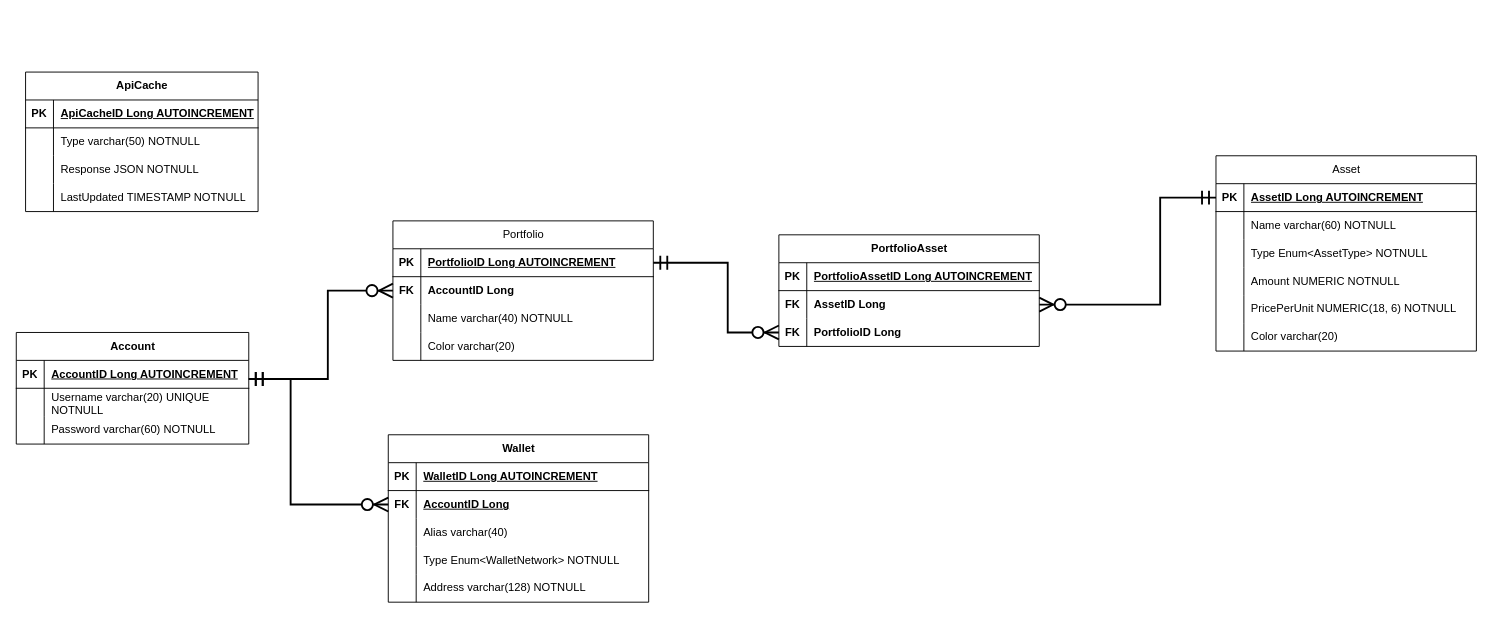
The draw.io diagram page "ERD" (2 of 4) of documentation/diagrams/Panoptium.drawio in Rozhkov109/panoptium, before the edit. Source tidied: cells renumbered, new cells numbered last; positions are measured from the earlier drawing's top-left corner, leaving out a move shared by most shapes. Both pictures are drawn from the tidied source at 93%, with x=0, y=0 at pixel (16, 72).
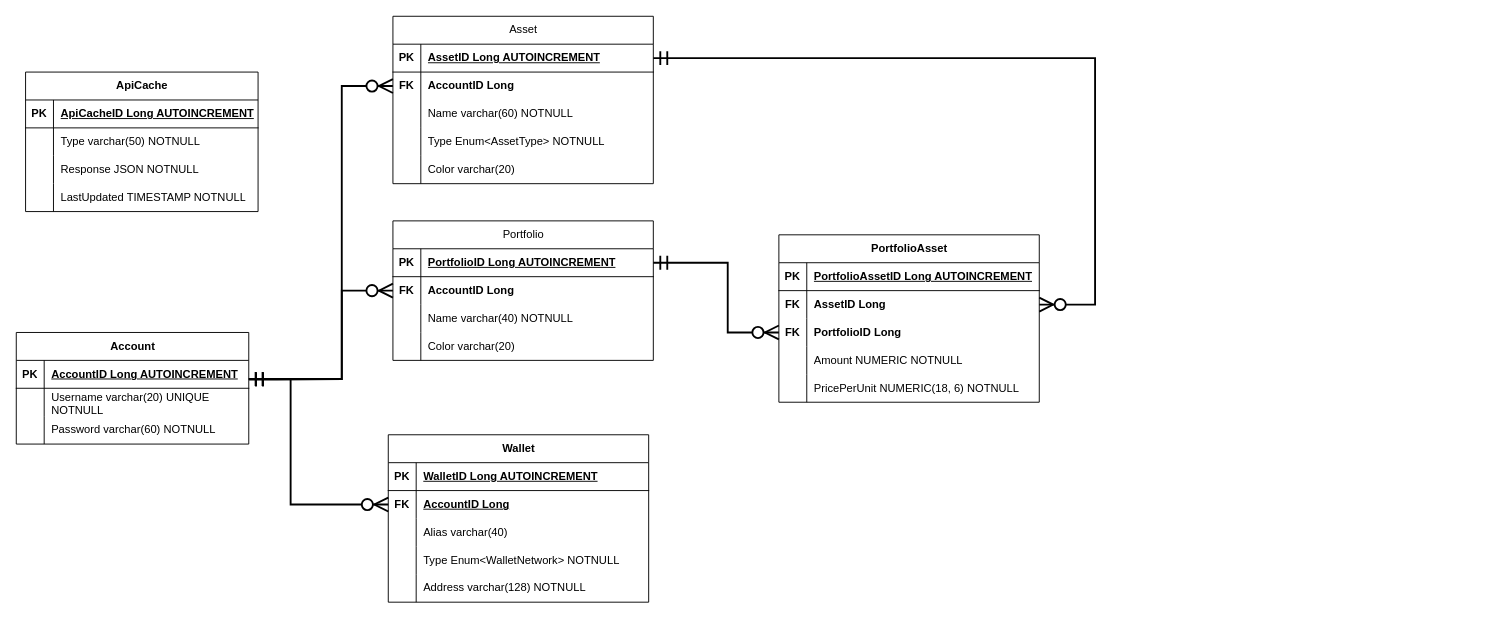
The same page after the edit.

The change refers to these unchanged cells:
```xml
<mxCell id="3" style="shape=tableRow;horizontal=0;startSize=0;swimlaneHead=0;swimlaneBody=0;fillColor=none;points=[[0,0.5],[1,0.5]];portConstraint=eastwest;top=0;left=0;right=0;bottom=1;" parent="2" vertex="1">
  <mxGeometry y="30" width="250" height="30" as="geometry" />
</mxCell>
<mxCell id="45" style="shape=tableRow;horizontal=0;startSize=0;swimlaneHead=0;swimlaneBody=0;fillColor=none;points=[[0,0.5],[1,0.5]];portConstraint=eastwest;top=0;left=0;right=0;bottom=0;fontStyle=1;" parent="41" vertex="1">
  <mxGeometry y="60" width="280" height="30" as="geometry" />
</mxCell>
<mxCell id="55" style="shape=tableRow;horizontal=0;startSize=0;swimlaneHead=0;swimlaneBody=0;fillColor=none;points=[[0,0.5],[1,0.5]];portConstraint=eastwest;top=0;left=0;right=0;bottom=1;" parent="54" vertex="1">
  <mxGeometry y="30" width="280" height="30" as="geometry" />
</mxCell>
<mxCell id="80" style="shape=tableRow;horizontal=0;startSize=0;swimlaneHead=0;swimlaneBody=0;fillColor=none;points=[[0,0.5],[1,0.5]];portConstraint=eastwest;top=0;left=0;right=0;bottom=0;" parent="76" vertex="1">
  <mxGeometry y="60" width="280" height="30" as="geometry" />
</mxCell>
```

Change to the diagram source:
```diff
@@
     <mxCell id="54" value="Asset" style="shape=table;startSize=30;childLayout=tableLayout;rowLines=0;fontStyle=0;align=center;html=1;" parent="1" vertex="1">
-      <mxGeometry x="1290" y="90" width="280" height="210" as="geometry" />
+      <mxGeometry x="405" y="-60" width="280" height="180" as="geometry" />
     </mxCell>
@@
+    <mxCell id="87" style="shape=tableRow;horizontal=0;startSize=0;swimlaneHead=0;swimlaneBody=0;fillColor=none;points=[[0,0.5],[1,0.5]];portConstraint=eastwest;top=0;left=0;right=0;bottom=0;" parent="54" vertex="1">
+      <mxGeometry y="60" width="280" height="30" as="geometry" />
+    </mxCell>
+    <mxCell id="88" value="&lt;b&gt;FK&lt;/b&gt;" style="shape=partialRectangle;fillColor=none;top=0;left=0;bottom=0;right=0;overflow=hidden;whiteSpace=wrap;html=1;" parent="87" vertex="1">
+      <mxGeometry width="30" height="30" as="geometry" />
+    </mxCell>
+    <mxCell id="89" value="&lt;b&gt;AccountID Long&lt;/b&gt;" style="shape=partialRectangle;fillColor=none;top=0;left=0;bottom=0;right=0;align=left;spacingLeft=6;overflow=hidden;whiteSpace=wrap;html=1;" parent="87" vertex="1">
+      <mxGeometry x="30" width="250" height="30" as="geometry" />
+    </mxCell>
     <mxCell id="58" style="shape=tableRow;horizontal=0;startSize=0;swimlaneHead=0;swimlaneBody=0;fillColor=none;top=0;left=0;right=0;bottom=0;" parent="54" vertex="1">
-      <mxGeometry y="60" width="280" height="30" as="geometry" />
+      <mxGeometry y="90" width="280" height="30" as="geometry" />
     </mxCell>
@@
     <mxCell id="61" style="shape=tableRow;horizontal=0;startSize=0;swimlaneHead=0;swimlaneBody=0;fillColor=none;top=0;left=0;right=0;bottom=0;fontStyle=1;" parent="54" vertex="1">
-      <mxGeometry y="90" width="280" height="30" as="geometry" />
+      <mxGeometry y="120" width="280" height="30" as="geometry" />
     </mxCell>
@@
-    <mxCell id="64" style="shape=tableRow;horizontal=0;startSize=0;swimlaneHead=0;swimlaneBody=0;fillColor=none;top=0;left=0;right=0;bottom=0;fontStyle=1;" parent="54" vertex="1">
-      <mxGeometry y="120" width="280" height="30" as="geometry" />
-    </mxCell>
-    <mxCell id="65" style="shape=partialRectangle;fillColor=none;top=0;left=0;bottom=0;right=0;overflow=hidden;whiteSpace=wrap;html=1;" parent="64" vertex="1">
-      <mxGeometry width="30" height="30" as="geometry" />
-    </mxCell>
-    <mxCell id="66" value="Amount NUMERIC NOTNULL" style="shape=partialRectangle;fillColor=none;top=0;left=0;bottom=0;right=0;align=left;spacingLeft=6;overflow=hidden;whiteSpace=wrap;html=1;" parent="64" vertex="1">
-      <mxGeometry x="30" width="250" height="30" as="geometry" />
-    </mxCell>
-    <mxCell id="67" style="shape=tableRow;horizontal=0;startSize=0;swimlaneHead=0;swimlaneBody=0;fillColor=none;top=0;left=0;right=0;bottom=0;fontStyle=1;" parent="54" vertex="1">
-      <mxGeometry y="150" width="280" height="30" as="geometry" />
-    </mxCell>
-    <mxCell id="68" style="shape=partialRectangle;fillColor=none;top=0;left=0;bottom=0;right=0;overflow=hidden;whiteSpace=wrap;html=1;" parent="67" vertex="1">
-      <mxGeometry width="30" height="30" as="geometry" />
-    </mxCell>
-    <mxCell id="69" value="PricePerUnit NUMERIC(18, 6) NOTNULL" style="shape=partialRectangle;fillColor=none;top=0;left=0;bottom=0;right=0;align=left;spacingLeft=6;overflow=hidden;whiteSpace=wrap;html=1;" parent="67" vertex="1">
-      <mxGeometry x="30" width="250" height="30" as="geometry" />
-    </mxCell>
     <mxCell id="70" style="shape=tableRow;horizontal=0;startSize=0;swimlaneHead=0;swimlaneBody=0;fillColor=none;top=0;left=0;right=0;bottom=0;fontStyle=1;" parent="54" vertex="1">
-      <mxGeometry y="180" width="280" height="30" as="geometry" />
+      <mxGeometry y="150" width="280" height="30" as="geometry" />
     </mxCell>
@@
-    <mxCell id="73" style="edgeStyle=orthogonalEdgeStyle;fontSize=12;html=1;endArrow=ERzeroToMany;startArrow=ERmandOne;rounded=0;endSize=12;startSize=12;strokeWidth=2;exitX=0;exitY=0.5;exitDx=0;exitDy=0;entryX=1;entryY=0.5;entryDx=0;entryDy=0;" parent="1" edge="1" source="55" target="80">
+    <mxCell id="73" style="edgeStyle=orthogonalEdgeStyle;fontSize=12;html=1;endArrow=ERzeroToMany;startArrow=ERmandOne;rounded=0;endSize=12;startSize=12;strokeWidth=2;exitX=1;exitY=0.5;exitDx=0;exitDy=0;entryX=1;entryY=0.5;entryDx=0;entryDy=0;" parent="1" edge="1" source="55" target="80">
       <mxGeometry relative="1" as="geometry">
         <Array as="points">
-          <mxPoint x="1230" y="135" />
-          <mxPoint x="1230" y="250" />
+          <mxPoint x="1160" y="-15" />
+          <mxPoint x="1160" y="250" />
         </Array>
       </mxGeometry>
     </mxCell>
     <mxCell id="74" style="edgeStyle=orthogonalEdgeStyle;fontSize=12;html=1;endArrow=ERzeroToMany;startArrow=ERmandOne;rounded=0;exitX=1;exitY=0.5;exitDx=0;exitDy=0;entryX=0;entryY=0.5;entryDx=0;entryDy=0;endSize=12;startSize=12;strokeWidth=2;" parent="1" edge="1" target="45">
       <mxGeometry relative="1" as="geometry">
         <mxPoint x="250" y="330" as="sourcePoint" />
         <Array as="points">
-          <mxPoint x="335" y="330" />
-          <mxPoint x="335" y="235" />
+          <mxPoint x="350" y="330" />
+          <mxPoint x="350" y="235" />
         </Array>
       </mxGeometry>
     </mxCell>
@@
     <mxCell id="76" value="&lt;b&gt;PortfolioAsset&lt;/b&gt;" style="shape=table;startSize=30;childLayout=tableLayout;rowLines=0;fontStyle=0;align=center;html=1;" parent="1" vertex="1">
-      <mxGeometry x="820" y="175" width="280" height="120" as="geometry" />
+      <mxGeometry x="820" y="175" width="280" height="180" as="geometry" />
     </mxCell>
@@
+    <mxCell id="64" style="shape=tableRow;horizontal=0;startSize=0;swimlaneHead=0;swimlaneBody=0;fillColor=none;top=0;left=0;right=0;bottom=0;fontStyle=1;" parent="76" vertex="1">
+      <mxGeometry y="120" width="280" height="30" as="geometry" />
+    </mxCell>
+    <mxCell id="90" style="shape=partialRectangle;fillColor=none;top=0;left=0;bottom=0;right=0;overflow=hidden;whiteSpace=wrap;html=1;" parent="64" vertex="1">
+      <mxGeometry width="30" height="30" as="geometry" />
+    </mxCell>
+    <mxCell id="66" value="Amount NUMERIC NOTNULL" style="shape=partialRectangle;fillColor=none;top=0;left=0;bottom=0;right=0;align=left;spacingLeft=6;overflow=hidden;whiteSpace=wrap;html=1;" parent="64" vertex="1">
+      <mxGeometry x="30" width="250" height="30" as="geometry" />
+    </mxCell>
+    <mxCell id="67" style="shape=tableRow;horizontal=0;startSize=0;swimlaneHead=0;swimlaneBody=0;fillColor=none;top=0;left=0;right=0;bottom=0;fontStyle=1;" parent="76" vertex="1">
+      <mxGeometry y="150" width="280" height="30" as="geometry" />
+    </mxCell>
+    <mxCell id="91" style="shape=partialRectangle;fillColor=none;top=0;left=0;bottom=0;right=0;overflow=hidden;whiteSpace=wrap;html=1;" parent="67" vertex="1">
+      <mxGeometry width="30" height="30" as="geometry" />
+    </mxCell>
+    <mxCell id="69" value="PricePerUnit NUMERIC(18, 6) NOTNULL" style="shape=partialRectangle;fillColor=none;top=0;left=0;bottom=0;right=0;align=left;spacingLeft=6;overflow=hidden;whiteSpace=wrap;html=1;" parent="67" vertex="1">
+      <mxGeometry x="30" width="250" height="30" as="geometry" />
+    </mxCell>
@@
+    <mxCell id="92" style="edgeStyle=orthogonalEdgeStyle;fontSize=12;html=1;endArrow=ERzeroToMany;startArrow=ERmandOne;rounded=0;exitX=1.001;exitY=0.691;exitDx=0;exitDy=0;entryX=0;entryY=0.5;entryDx=0;entryDy=0;endSize=12;startSize=12;strokeWidth=2;exitPerimeter=0;" parent="1" edge="1" source="3" target="87">
+      <mxGeometry relative="1" as="geometry">
+        <Array as="points">
+          <mxPoint x="280" y="331" />
+          <mxPoint x="350" y="330" />
+          <mxPoint x="350" y="-5" />
+        </Array>
+      </mxGeometry>
+    </mxCell>
```
